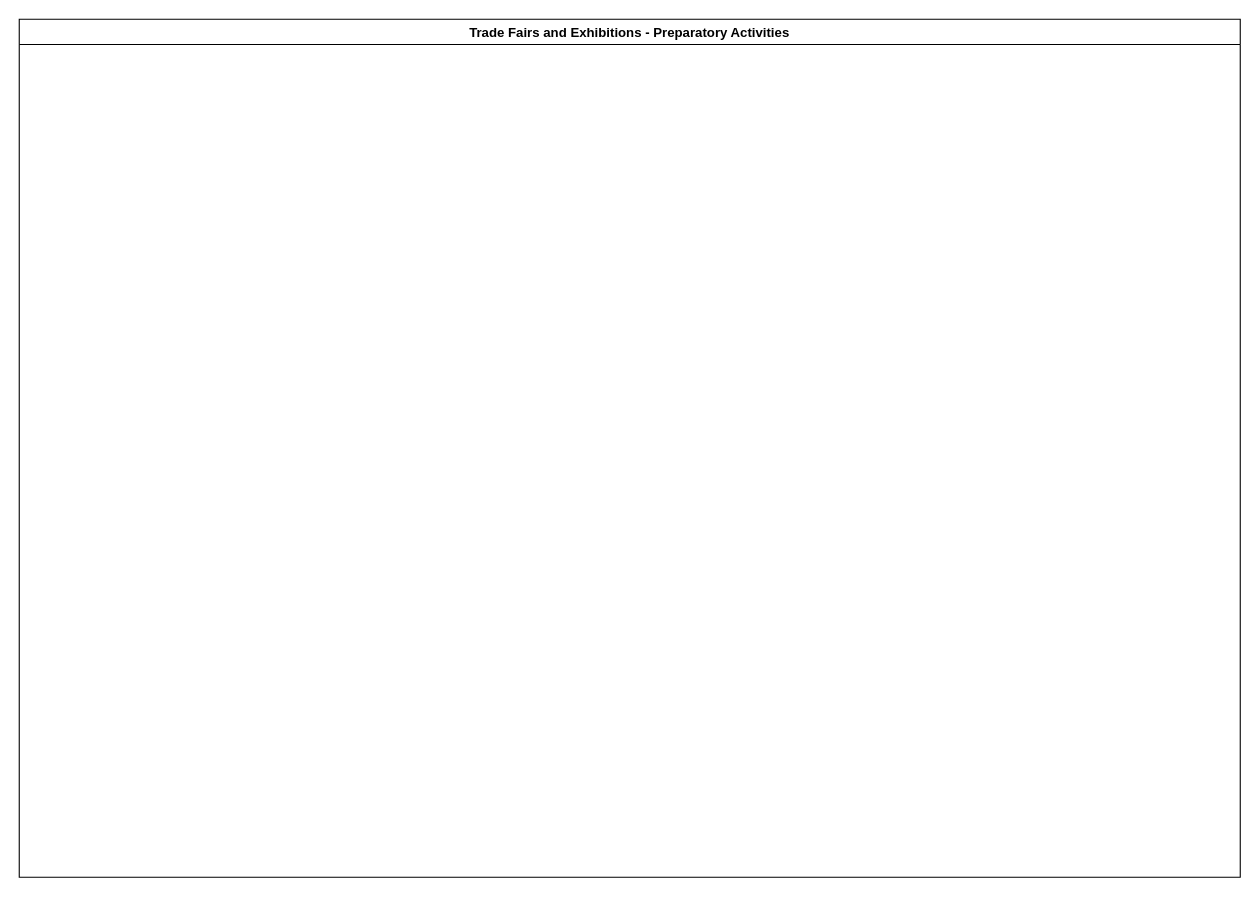
Above: Trade Fair and Exhibitions - Preparatory Activities.drawio in kmagua/flowcharts (draw.io), before the change. Source tidied: cells renumbered, new cells numbered last; positions are measured from the earlier drawing's top-left corner, leaving out a move shared by most shapes. Both pictures are drawn from the tidied source at 110%, with x=0, y=0 at pixel (19, 19).
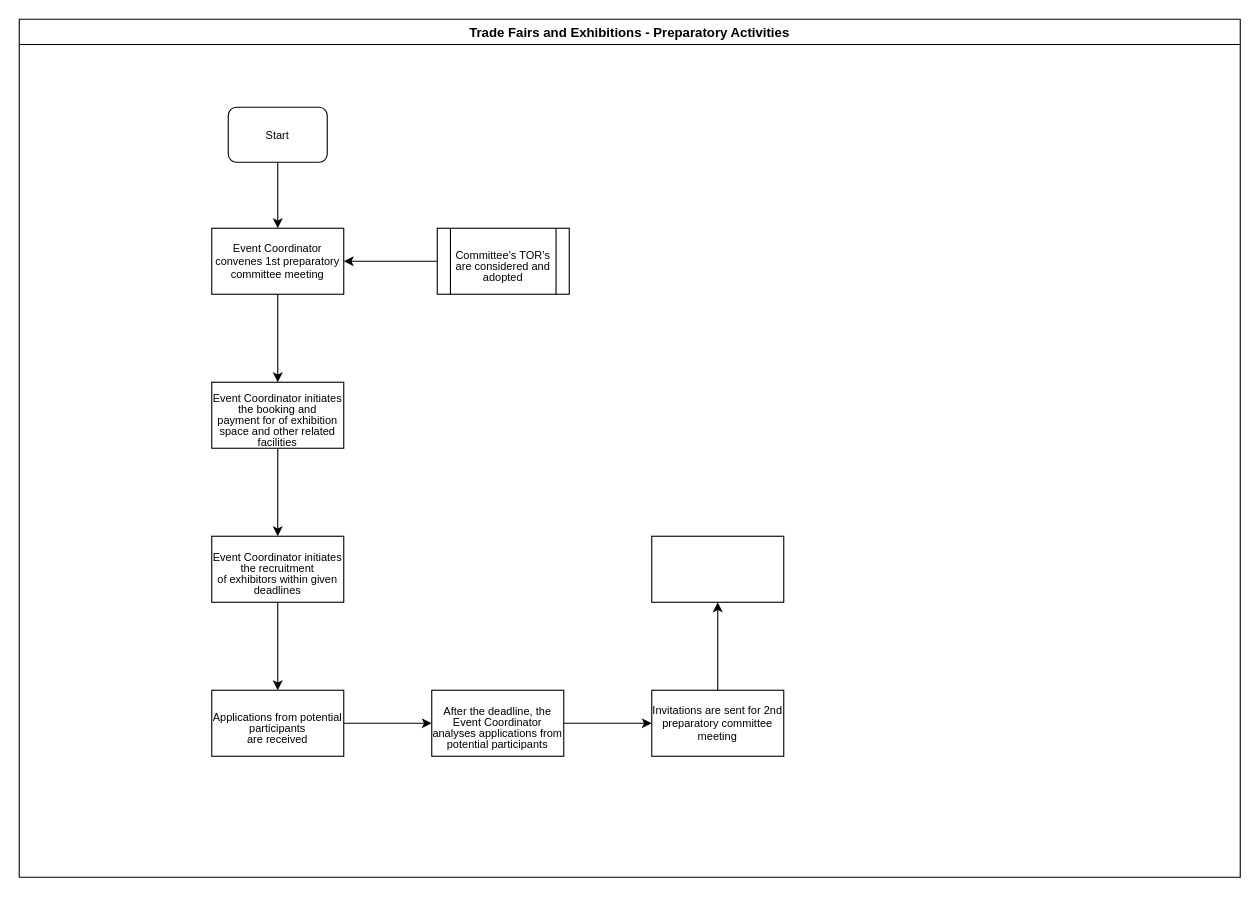
Above is the later version.

What changed in the source:
```diff
@@
 <mxGraphModel>
   <root>
     <mxCell id="0" />
     <mxCell id="1" parent="0" />
     <mxCell id="2" value="Trade Fairs and Exhibitions - Preparatory Activities" style="swimlane;" parent="1" vertex="1">
       <mxGeometry width="1110" height="780" as="geometry" />
     </mxCell>
+    <mxCell id="3" value="Start" style="rounded=1;whiteSpace=wrap;html=1;fontSize=10;" parent="2" vertex="1">
+      <mxGeometry x="190" y="80" width="90" height="50" as="geometry" />
+    </mxCell>
+    <mxCell id="4" value="Event Coordinator convenes 1st preparatory committee meeting" style="rounded=0;whiteSpace=wrap;html=1;fontSize=10;" parent="2" vertex="1">
+      <mxGeometry x="175" y="190" width="120" height="60" as="geometry" />
+    </mxCell>
+    <mxCell id="5" style="edgeStyle=orthogonalEdgeStyle;rounded=0;jettySize=auto;html=1;entryX=0.5;entryY=0;entryDx=0;entryDy=0;" parent="2" edge="1" source="3" target="4">
+      <mxGeometry relative="1" as="geometry" />
+    </mxCell>
+    <mxCell id="6" style="edgeStyle=orthogonalEdgeStyle;rounded=0;jettySize=auto;html=1;fontSize=10;entryX=1;entryY=0.5;entryDx=0;entryDy=0;exitX=0;exitY=0.5;exitDx=0;exitDy=0;" parent="2" edge="1" source="7" target="4">
+      <mxGeometry relative="1" as="geometry" />
+    </mxCell>
+    <mxCell id="7" value="&lt;p style=&quot;margin-bottom: 0in ; line-height: 100%&quot;&gt;&lt;br/&gt;&lt;font face=&quot;Arial, serif&quot;&gt;Committee’s TOR’s are considered and&lt;br/&gt;adopted&lt;/font&gt;&lt;/p&gt;&lt;br/&gt;" style="shape=process;whiteSpace=wrap;html=1;backgroundOutline=1;fontSize=10;" parent="2" vertex="1">
+      <mxGeometry x="380" y="190" width="120" height="60" as="geometry" />
+    </mxCell>
+    <mxCell id="8" style="edgeStyle=orthogonalEdgeStyle;rounded=0;jettySize=auto;html=1;fontSize=10;" parent="1" edge="1" source="9" target="12">
+      <mxGeometry relative="1" as="geometry" />
+    </mxCell>
+    <mxCell id="9" value="&lt;p style=&quot;margin-bottom: 0in ; line-height: 100%&quot;&gt;&lt;br/&gt;&lt;font face=&quot;Arial, serif&quot;&gt;Event Coordinator initiates the booking and&lt;br/&gt;payment for  of exhibition space and other related facilities&lt;/font&gt;&lt;/p&gt;&lt;br/&gt;" style="whiteSpace=wrap;html=1;rounded=0;fontSize=10;" parent="1" vertex="1">
+      <mxGeometry x="175" y="330" width="120" height="60" as="geometry" />
+    </mxCell>
+    <mxCell id="10" style="edgeStyle=orthogonalEdgeStyle;rounded=0;jettySize=auto;html=1;fontSize=10;" parent="1" edge="1" source="4" target="9">
+      <mxGeometry relative="1" as="geometry" />
+    </mxCell>
+    <mxCell id="11" style="edgeStyle=orthogonalEdgeStyle;rounded=0;jettySize=auto;html=1;fontSize=10;" parent="1" edge="1" source="12" target="14">
+      <mxGeometry relative="1" as="geometry" />
+    </mxCell>
+    <mxCell id="12" value="&lt;p style=&quot;margin-bottom: 0in ; line-height: 100%&quot;&gt;&lt;br/&gt;&lt;font face=&quot;Arial, serif&quot;&gt;Event Coordinator initiates the recruitment&lt;br/&gt;of exhibitors within given deadlines&lt;/font&gt;&lt;/p&gt;&lt;br/&gt;" style="whiteSpace=wrap;html=1;rounded=0;fontSize=10;" parent="1" vertex="1">
+      <mxGeometry x="175" y="470" width="120" height="60" as="geometry" />
+    </mxCell>
+    <mxCell id="13" style="edgeStyle=orthogonalEdgeStyle;rounded=0;jettySize=auto;html=1;fontSize=10;" parent="1" edge="1" source="14" target="16">
+      <mxGeometry relative="1" as="geometry" />
+    </mxCell>
+    <mxCell id="14" value="&lt;p style=&quot;margin-bottom: 0in ; line-height: 100%&quot;&gt;&lt;br/&gt;&lt;font face=&quot;Arial, serif&quot;&gt;Applications from potential participants&lt;br/&gt;are received&lt;/font&gt;&lt;/p&gt;&lt;br/&gt;" style="whiteSpace=wrap;html=1;rounded=0;fontSize=10;" parent="1" vertex="1">
+      <mxGeometry x="175" y="610" width="120" height="60" as="geometry" />
+    </mxCell>
+    <mxCell id="15" style="edgeStyle=orthogonalEdgeStyle;rounded=0;jettySize=auto;html=1;fontSize=10;" parent="1" edge="1" source="16" target="18">
+      <mxGeometry relative="1" as="geometry" />
+    </mxCell>
+    <mxCell id="16" value="&lt;p style=&quot;margin-bottom: 0in ; line-height: 100%&quot;&gt;&lt;br/&gt;&lt;font face=&quot;Arial, serif&quot;&gt;After the deadline, the Event Coordinator&lt;br/&gt;analyses applications from potential participants&lt;/font&gt;&lt;/p&gt;&lt;br/&gt;" style="whiteSpace=wrap;html=1;rounded=0;fontSize=10;" parent="1" vertex="1">
+      <mxGeometry x="375" y="610" width="120" height="60" as="geometry" />
+    </mxCell>
+    <mxCell id="17" style="edgeStyle=orthogonalEdgeStyle;rounded=0;jettySize=auto;html=1;fontSize=10;" parent="1" edge="1" source="18" target="19">
+      <mxGeometry relative="1" as="geometry" />
+    </mxCell>
+    <mxCell id="18" value="Invitations are sent for 2nd preparatory committee meeting" style="whiteSpace=wrap;html=1;rounded=0;fontSize=10;" parent="1" vertex="1">
+      <mxGeometry x="575" y="610" width="120" height="60" as="geometry" />
+    </mxCell>
+    <mxCell id="19" style="whiteSpace=wrap;html=1;rounded=0;fontSize=10;" parent="1" vertex="1">
+      <mxGeometry x="575" y="470" width="120" height="60" as="geometry" />
+    </mxCell>
   </root>
 </mxGraphModel>
```
